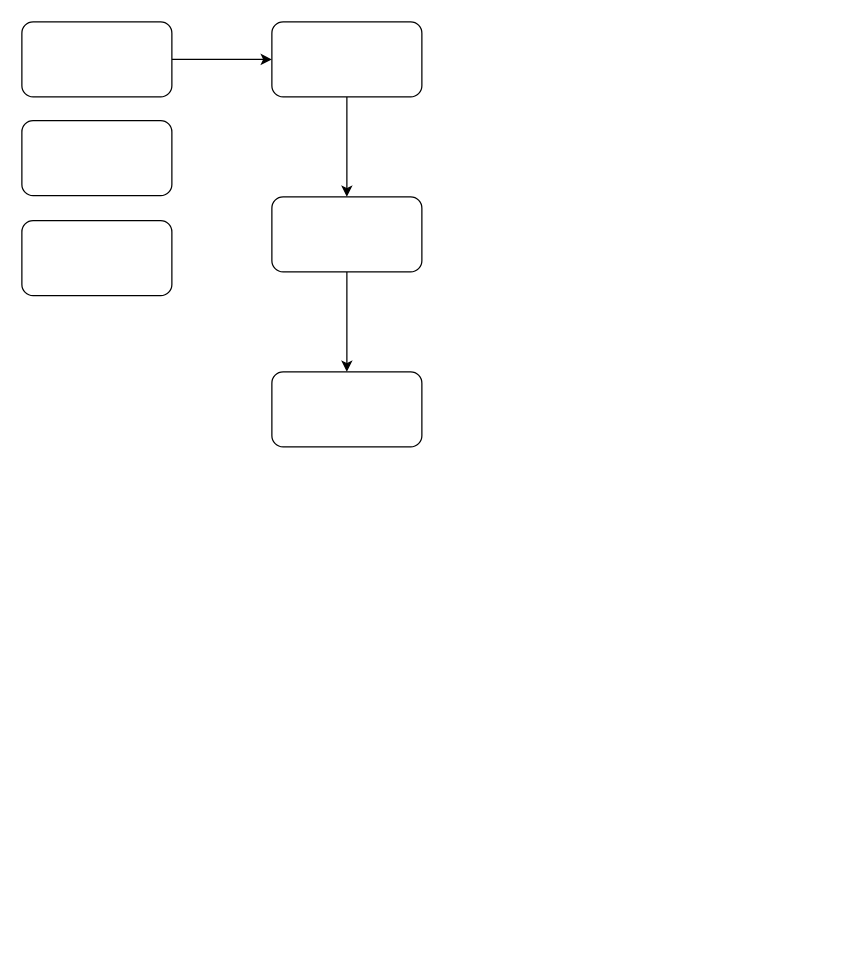
The draw.io diagram RCARCHI.drawio in cnshsliu/kw1y5, before the edit. Source tidied: cells renumbered, new cells numbered last; positions are measured from the earlier drawing's top-left corner, leaving out a move shared by most shapes. Both pictures are drawn from the tidied source at 125%, with x=0, y=0 at pixel (21, 21).
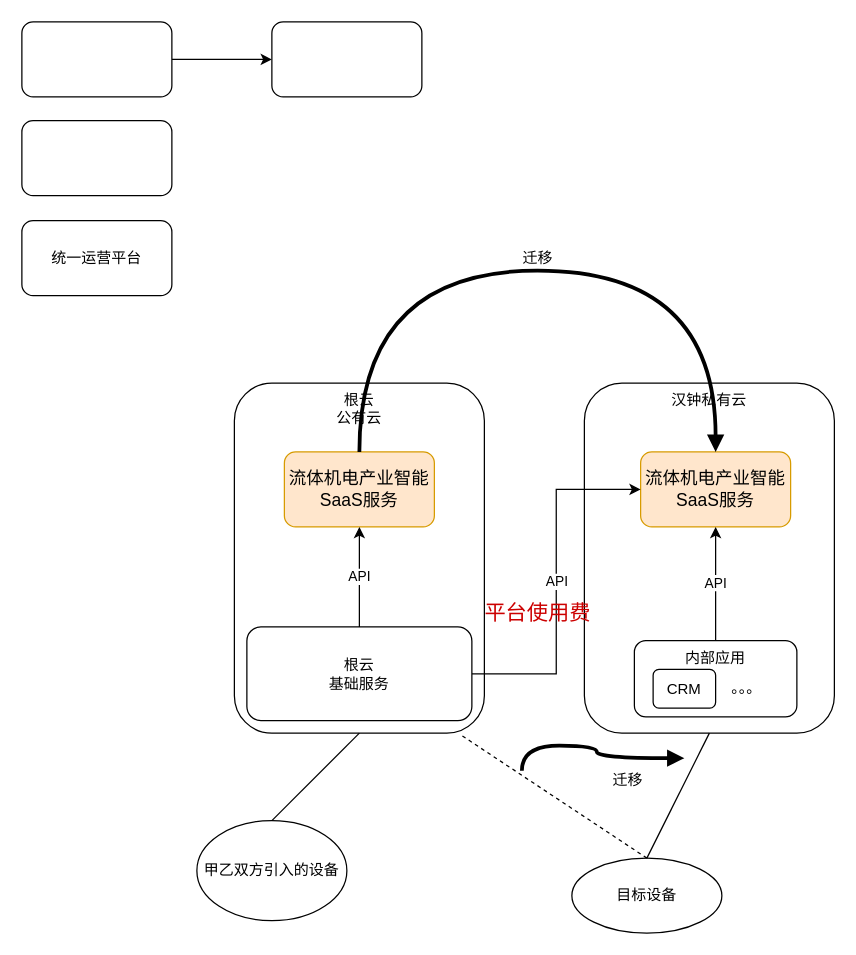
Above is the later version.

The change refers to these unchanged cells:
```xml
<mxCell id="5" style="rounded=1;whiteSpace=wrap;html=1;" parent="1" vertex="1">
  <mxGeometry x="200" width="120" height="60" as="geometry" />
</mxCell>
```

What changed in the source:
```diff
@@
-    <mxCell id="4" style="edgeStyle=orthogonalEdgeStyle;rounded=0;jettySize=auto;html=1;" parent="1" edge="1" source="5" target="7">
-      <mxGeometry relative="1" as="geometry" />
-    </mxCell>
@@
-    <mxCell id="6" style="edgeStyle=orthogonalEdgeStyle;rounded=0;jettySize=auto;html=1;" parent="1" edge="1" source="7" target="8">
-      <mxGeometry relative="1" as="geometry" />
-    </mxCell>
-    <mxCell id="7" style="rounded=1;whiteSpace=wrap;html=1;" parent="1" vertex="1">
-      <mxGeometry x="200" y="140" width="120" height="60" as="geometry" />
-    </mxCell>
-    <mxCell id="8" style="rounded=1;whiteSpace=wrap;html=1;" parent="1" vertex="1">
-      <mxGeometry x="200" y="280" width="120" height="60" as="geometry" />
+    <mxCell id="8" value="根云&lt;br&gt;公有云" style="rounded=1;whiteSpace=wrap;html=1;verticalAlign=top;" parent="1" vertex="1">
+      <mxGeometry x="170" y="289" width="200" height="280" as="geometry" />
     </mxCell>
@@
-    <mxCell id="10" style="rounded=1;whiteSpace=wrap;html=1;" parent="1" vertex="1">
+    <mxCell id="10" value="统一运营平台" style="rounded=1;whiteSpace=wrap;html=1;" parent="1" vertex="1">
       <mxGeometry y="159" width="120" height="60" as="geometry" />
     </mxCell>
+    <mxCell id="11" value="&lt;span style=&quot;white-space: normal ; font-size: 10.5pt ; font-family: &amp;#34;dengxian&amp;#34;&quot;&gt;流体机电产业智能SaaS服务&lt;/span&gt;&lt;span style=&quot;font-size: medium ; white-space: normal&quot;&gt;&lt;/span&gt;" style="rounded=1;whiteSpace=wrap;html=1;fillColor=#ffe6cc;strokeColor=#d79b00;" parent="1" vertex="1">
+      <mxGeometry x="210" y="344" width="120" height="60" as="geometry" />
+    </mxCell>
+    <mxCell id="12" value="汉钟私有云" style="rounded=1;whiteSpace=wrap;html=1;verticalAlign=top;" parent="1" vertex="1">
+      <mxGeometry x="450" y="289" width="200" height="280" as="geometry" />
+    </mxCell>
+    <mxCell id="13" value="&lt;span style=&quot;white-space: normal ; font-size: 10.5pt ; font-family: &amp;#34;dengxian&amp;#34;&quot;&gt;流体机电产业智能SaaS服务&lt;/span&gt;&lt;span style=&quot;font-size: medium ; white-space: normal&quot;&gt;&lt;/span&gt;" style="rounded=1;whiteSpace=wrap;html=1;fillColor=#ffe6cc;strokeColor=#d79b00;" parent="1" vertex="1">
+      <mxGeometry x="495" y="344" width="120" height="60" as="geometry" />
+    </mxCell>
+    <mxCell id="14" value="API" style="edgeStyle=orthogonalEdgeStyle;rounded=0;jettySize=auto;html=1;exitX=1;exitY=0.5;exitDx=0;exitDy=0;entryX=0;entryY=0.5;entryDx=0;entryDy=0;" parent="1" edge="1" source="16" target="13">
+      <mxGeometry relative="1" as="geometry" />
+    </mxCell>
+    <mxCell id="15" value="API" style="edgeStyle=orthogonalEdgeStyle;rounded=0;jettySize=auto;html=1;exitX=0.5;exitY=0;exitDx=0;exitDy=0;entryX=0.5;entryY=1;entryDx=0;entryDy=0;" parent="1" edge="1" source="16" target="11">
+      <mxGeometry relative="1" as="geometry" />
+    </mxCell>
+    <mxCell id="16" value="根云&lt;br&gt;基础服务" style="rounded=1;whiteSpace=wrap;html=1;verticalAlign=middle;align=center;" parent="1" vertex="1">
+      <mxGeometry x="180" y="484" width="180" height="75" as="geometry" />
+    </mxCell>
+    <mxCell id="17" value="API" style="edgeStyle=orthogonalEdgeStyle;rounded=0;jettySize=auto;html=1;exitX=0.5;exitY=0;exitDx=0;exitDy=0;entryX=0.5;entryY=1;entryDx=0;entryDy=0;" parent="1" edge="1" source="18" target="13">
+      <mxGeometry relative="1" as="geometry" />
+    </mxCell>
+    <mxCell id="18" value="内部应用" style="rounded=1;whiteSpace=wrap;html=1;verticalAlign=top;" parent="1" vertex="1">
+      <mxGeometry x="490" y="495" width="130" height="61" as="geometry" />
+    </mxCell>
+    <mxCell id="19" value="CRM" style="rounded=1;whiteSpace=wrap;html=1;" parent="1" vertex="1">
+      <mxGeometry x="505" y="518" width="50" height="31" as="geometry" />
+    </mxCell>
+    <mxCell id="20" value="。。。" style="text;html=1;strokeColor=none;fillColor=none;align=center;verticalAlign=middle;whiteSpace=wrap;rounded=0;" parent="1" vertex="1">
+      <mxGeometry x="560" y="523" width="40" height="20" as="geometry" />
+    </mxCell>
+    <mxCell id="21" value="甲乙双方引入的设备" style="ellipse;whiteSpace=wrap;html=1;align=center;" parent="1" vertex="1">
+      <mxGeometry x="140" y="639" width="120" height="80" as="geometry" />
+    </mxCell>
+    <mxCell id="22" value="目标设备" style="ellipse;whiteSpace=wrap;html=1;align=center;" parent="1" vertex="1">
+      <mxGeometry x="440" y="669" width="120" height="60" as="geometry" />
+    </mxCell>
+    <mxCell id="23" style="endArrow=none;dashed=1;html=1;entryX=0.91;entryY=1.007;entryDx=0;entryDy=0;entryPerimeter=0;exitX=0.5;exitY=0;exitDx=0;exitDy=0;" parent="1" edge="1" source="22" target="8">
+      <mxGeometry relative="1" as="geometry" />
+    </mxCell>
+    <mxCell id="24" style="endArrow=none;html=1;entryX=0.5;entryY=1;entryDx=0;entryDy=0;" parent="1" edge="1" target="12">
+      <mxGeometry relative="1" as="geometry">
+        <mxPoint x="500" y="669" as="sourcePoint" />
+      </mxGeometry>
+    </mxCell>
+    <mxCell id="25" style="endArrow=none;html=1;entryX=0.5;entryY=1;entryDx=0;entryDy=0;exitX=0.5;exitY=0;exitDx=0;exitDy=0;" parent="1" edge="1" source="21" target="8">
+      <mxGeometry relative="1" as="geometry" />
+    </mxCell>
+    <mxCell id="26" style="edgeStyle=orthogonalEdgeStyle;endArrow=block;html=1;entryX=0.5;entryY=0;entryDx=0;entryDy=0;exitX=0.5;exitY=0;exitDx=0;exitDy=0;horizontal=0;curved=1;startArrow=none;startFill=0;endFill=1;strokeWidth=3;" parent="1" edge="1" source="11" target="13">
+      <mxGeometry relative="1" as="geometry">
+        <Array as="points">
+          <mxPoint x="270" y="199" />
+          <mxPoint x="555" y="199" />
+        </Array>
+      </mxGeometry>
+    </mxCell>
+    <mxCell id="27" value="迁移" style="text;html=1;strokeColor=none;fillColor=none;align=center;verticalAlign=middle;whiteSpace=wrap;rounded=0;" parent="1" vertex="1">
+      <mxGeometry x="393" y="179" width="40" height="20" as="geometry" />
+    </mxCell>
+    <mxCell id="28" style="edgeStyle=orthogonalEdgeStyle;endArrow=block;html=1;horizontal=0;curved=1;startArrow=none;startFill=0;endFill=1;strokeWidth=3;" parent="1" edge="1">
+      <mxGeometry relative="1" as="geometry">
+        <mxPoint x="400" y="599" as="sourcePoint" />
+        <mxPoint x="530" y="589" as="targetPoint" />
+        <Array as="points">
+          <mxPoint x="400" y="579" />
+          <mxPoint x="460" y="579" />
+          <mxPoint x="460" y="589" />
+        </Array>
+      </mxGeometry>
+    </mxCell>
+    <mxCell id="29" value="迁移" style="text;html=1;strokeColor=none;fillColor=none;align=center;verticalAlign=middle;whiteSpace=wrap;rounded=0;" parent="1" vertex="1">
+      <mxGeometry x="465" y="596.5" width="40" height="20" as="geometry" />
+    </mxCell>
+    <mxCell id="30" value="平台使用费" style="text;html=1;strokeColor=none;fillColor=none;align=center;verticalAlign=middle;whiteSpace=wrap;rounded=0;fontColor=#CC0000;fontSize=17;" parent="1" vertex="1">
+      <mxGeometry x="353" y="464" width="120" height="20" as="geometry" />
+    </mxCell>
```
